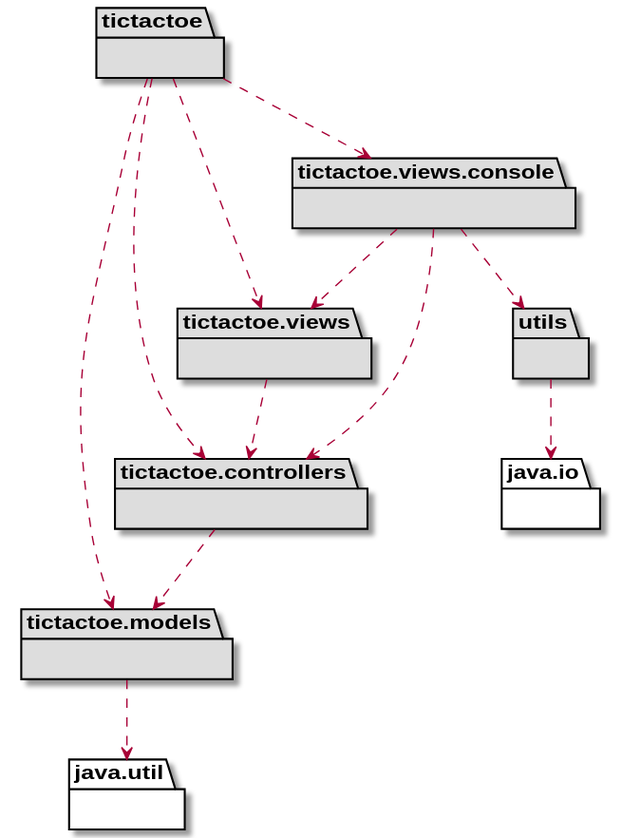
Jolucaa/USantaTecla-project-ticTacToe keeps this PlantUML diagram as modelViewPresenter/presentationModel/basic/docs/diagrams/out/arquitectura/arquitectura.svg. Above is the earlier version. Source of this version:
```plantuml
@startuml
package tictactoe #DDDDDD { }
tictactoe .down.> tictactoe.models
tictactoe .down.> tictactoe.views.console
tictactoe .down.> tictactoe.controllers
tictactoe .down.> tictactoe.views

package tictactoe.controllers #DDDDDD { }
tictactoe.controllers .down.> tictactoe.models

package tictactoe.models #DDDDDD { }
package java.util{ }
tictactoe.models .down.> java.util

package utils #DDDDDD { }
package java.io{ }
utils .down.> java.io

package tictactoe.views #DDDDDD { }
tictactoe.views .down.> tictactoe.controllers

package tictactoe.views.console #DDDDDD { }
tictactoe.views.console .down.> tictactoe.views
tictactoe.views.console .down.> tictactoe.controllers
tictactoe.views.console .down.> utils
@enduml
```
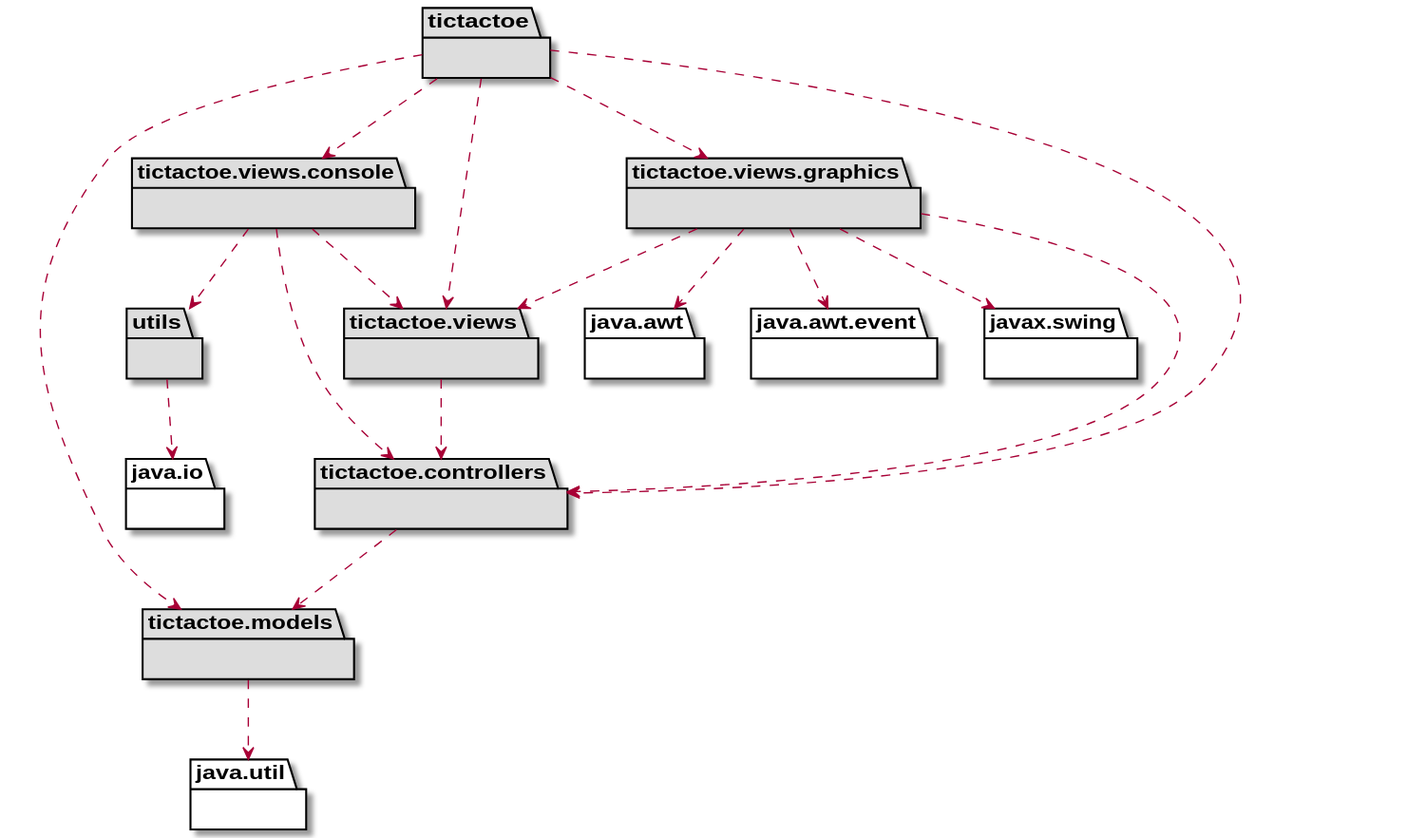
Later version of the same file.

Change to the diagram source:
```diff
@@ -1,5 +1,6 @@
 @startuml
 package tictactoe #DDDDDD { }
+tictactoe .down.> tictactoe.views.graphics
 tictactoe .down.> tictactoe.models
 tictactoe .down.> tictactoe.views.console
 tictactoe .down.> tictactoe.controllers
@@ -23,4 +24,14 @@
 tictactoe.views.console .down.> tictactoe.views
 tictactoe.views.console .down.> tictactoe.controllers
 tictactoe.views.console .down.> utils
+
+package tictactoe.views.graphics #DDDDDD { }
+package java.awt{ }
+tictactoe.views.graphics .down.> java.awt
+package java.awt.event{ }
+tictactoe.views.graphics .down.> java.awt.event
+tictactoe.views.graphics .down.> tictactoe.views
+tictactoe.views.graphics .down.> tictactoe.controllers
+package javax.swing{ }
+tictactoe.views.graphics .down.> javax.swing
 @enduml
```
